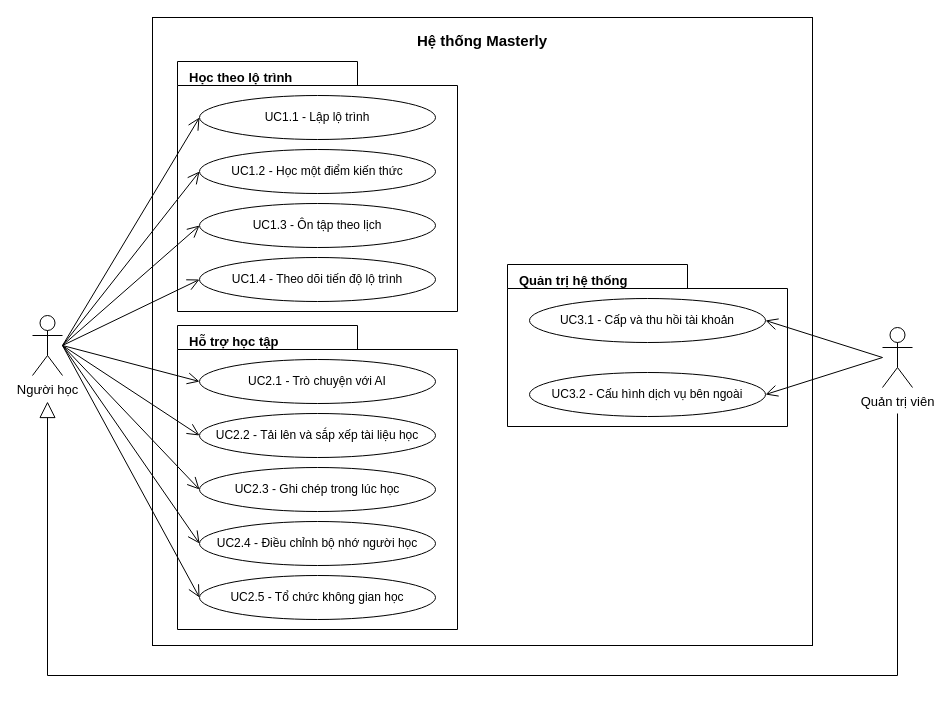
minhhai205/masterly keeps this draw.io diagram as report/images/ca-su-dung-tong-quat.drawio. Above is the earlier version. Source tidied: cells renumbered, new cells numbered last; positions are measured from the earlier drawing's top-left corner, leaving out a move shared by most shapes. Both pictures are drawn from the tidied source at 100%, with x=0, y=0 at pixel (32, 17).
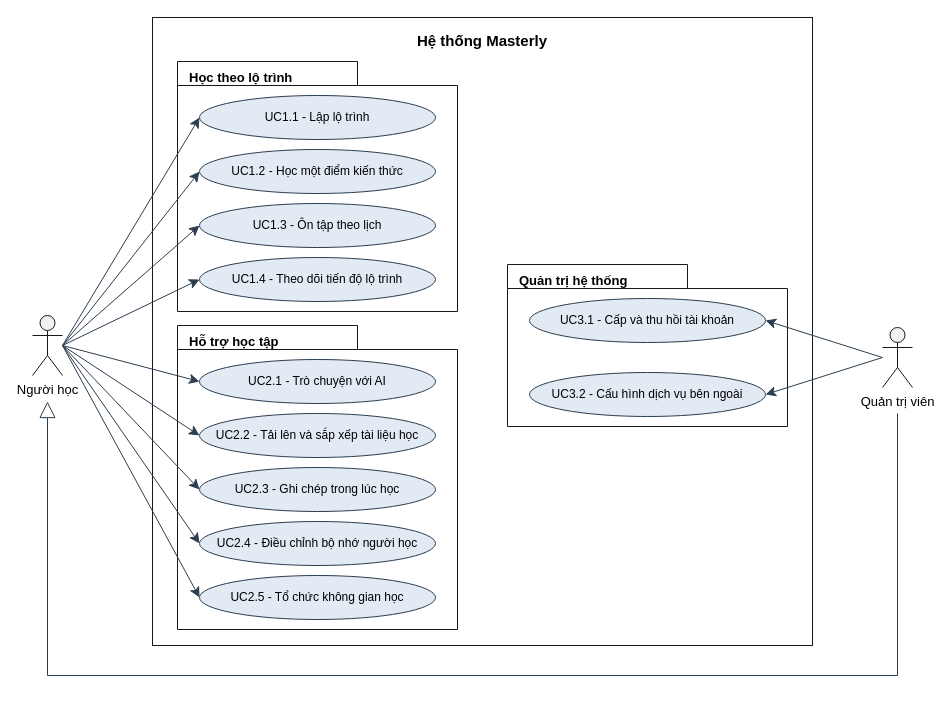
After the change.

Commit message (it also covers changes not shown here):
docs: specify the guided learning use cases

The edit, as a diff of the source:
```diff
@@
-    <mxCell id="2" value="Hệ thống Masterly" style="rounded=0;whiteSpace=wrap;html=1;fillColor=#ffffff;strokeColor=#000000;verticalAlign=top;fontStyle=1;fontSize=15;fontFamily=Helvetica;spacingTop=8;" parent="1" vertex="1">
+    <mxCell id="2" value="Hệ thống Masterly" style="rounded=0;whiteSpace=wrap;html=1;fillColor=#ffffff;strokeColor=#181818;verticalAlign=top;fontStyle=1;fontSize=15;fontFamily=Helvetica;fontColor=#000000;spacingTop=8;" parent="1" vertex="1">
       <mxGeometry x="120" width="660" height="628" as="geometry" />
     </mxCell>
-    <mxCell id="3" value="Học theo lộ trình" style="shape=folder;tabWidth=180;tabHeight=24;tabPosition=left;html=1;whiteSpace=wrap;fillColor=#ffffff;strokeColor=#000000;verticalAlign=top;align=left;spacingLeft=10;spacingTop=2;fontStyle=1;fontSize=13;fontFamily=Helvetica;" parent="1" vertex="1">
+    <mxCell id="3" value="Học theo lộ trình" style="shape=folder;tabWidth=180;tabHeight=24;tabPosition=left;html=1;whiteSpace=wrap;fillColor=#ffffff;strokeColor=#181818;verticalAlign=top;align=left;spacingLeft=10;spacingTop=2;fontStyle=1;fontSize=13;fontFamily=Helvetica;fontColor=#000000;" parent="1" vertex="1">
       <mxGeometry x="145" y="44" width="280" height="250" as="geometry" />
     </mxCell>
-    <mxCell id="4" value="UC1.1 - Lập lộ trình" style="ellipse;whiteSpace=wrap;html=1;fillColor=#ffffff;strokeColor=#000000;fontSize=12;fontFamily=Helvetica;" parent="1" vertex="1">
+    <mxCell id="4" value="UC1.1 - Lập lộ trình" style="ellipse;whiteSpace=wrap;html=1;fillColor=#E2EAF4;strokeColor=#2C3E50;fontSize=12;fontFamily=Helvetica;fontColor=#000000;" parent="1" vertex="1">
       <mxGeometry x="167" y="78" width="236" height="44" as="geometry" />
     </mxCell>
-    <mxCell id="5" value="UC1.2 - Học một điểm kiến thức" style="ellipse;whiteSpace=wrap;html=1;fillColor=#ffffff;strokeColor=#000000;fontSize=12;fontFamily=Helvetica;" parent="1" vertex="1">
+    <mxCell id="5" value="UC1.2 - Học một điểm kiến thức" style="ellipse;whiteSpace=wrap;html=1;fillColor=#E2EAF4;strokeColor=#2C3E50;fontSize=12;fontFamily=Helvetica;fontColor=#000000;" parent="1" vertex="1">
       <mxGeometry x="167" y="132" width="236" height="44" as="geometry" />
     </mxCell>
-    <mxCell id="6" value="UC1.3 - Ôn tập theo lịch" style="ellipse;whiteSpace=wrap;html=1;fillColor=#ffffff;strokeColor=#000000;fontSize=12;fontFamily=Helvetica;" parent="1" vertex="1">
+    <mxCell id="6" value="UC1.3 - Ôn tập theo lịch" style="ellipse;whiteSpace=wrap;html=1;fillColor=#E2EAF4;strokeColor=#2C3E50;fontSize=12;fontFamily=Helvetica;fontColor=#000000;" parent="1" vertex="1">
       <mxGeometry x="167" y="186" width="236" height="44" as="geometry" />
     </mxCell>
-    <mxCell id="7" value="UC1.4 - Theo dõi tiến độ lộ trình" style="ellipse;whiteSpace=wrap;html=1;fillColor=#ffffff;strokeColor=#000000;fontSize=12;fontFamily=Helvetica;" parent="1" vertex="1">
+    <mxCell id="7" value="UC1.4 - Theo dõi tiến độ lộ trình" style="ellipse;whiteSpace=wrap;html=1;fillColor=#E2EAF4;strokeColor=#2C3E50;fontSize=12;fontFamily=Helvetica;fontColor=#000000;" parent="1" vertex="1">
       <mxGeometry x="167" y="240" width="236" height="44" as="geometry" />
     </mxCell>
-    <mxCell id="8" value="Hỗ trợ học tập" style="shape=folder;tabWidth=180;tabHeight=24;tabPosition=left;html=1;whiteSpace=wrap;fillColor=#ffffff;strokeColor=#000000;verticalAlign=top;align=left;spacingLeft=10;spacingTop=2;fontStyle=1;fontSize=13;fontFamily=Helvetica;" parent="1" vertex="1">
+    <mxCell id="8" value="Hỗ trợ học tập" style="shape=folder;tabWidth=180;tabHeight=24;tabPosition=left;html=1;whiteSpace=wrap;fillColor=#ffffff;strokeColor=#181818;verticalAlign=top;align=left;spacingLeft=10;spacingTop=2;fontStyle=1;fontSize=13;fontFamily=Helvetica;fontColor=#000000;" parent="1" vertex="1">
       <mxGeometry x="145" y="308" width="280" height="304" as="geometry" />
     </mxCell>
-    <mxCell id="9" value="UC2.1 - Trò chuyện với AI" style="ellipse;whiteSpace=wrap;html=1;fillColor=#ffffff;strokeColor=#000000;fontSize=12;fontFamily=Helvetica;" parent="1" vertex="1">
+    <mxCell id="9" value="UC2.1 - Trò chuyện với AI" style="ellipse;whiteSpace=wrap;html=1;fillColor=#E2EAF4;strokeColor=#2C3E50;fontSize=12;fontFamily=Helvetica;fontColor=#000000;" parent="1" vertex="1">
       <mxGeometry x="167" y="342" width="236" height="44" as="geometry" />
     </mxCell>
-    <mxCell id="10" value="UC2.2 - Tải lên và sắp xếp tài liệu học" style="ellipse;whiteSpace=wrap;html=1;fillColor=#ffffff;strokeColor=#000000;fontSize=12;fontFamily=Helvetica;" parent="1" vertex="1">
+    <mxCell id="10" value="UC2.2 - Tải lên và sắp xếp tài liệu học" style="ellipse;whiteSpace=wrap;html=1;fillColor=#E2EAF4;strokeColor=#2C3E50;fontSize=12;fontFamily=Helvetica;fontColor=#000000;" parent="1" vertex="1">
       <mxGeometry x="167" y="396" width="236" height="44" as="geometry" />
     </mxCell>
-    <mxCell id="11" value="UC2.3 - Ghi chép trong lúc học" style="ellipse;whiteSpace=wrap;html=1;fillColor=#ffffff;strokeColor=#000000;fontSize=12;fontFamily=Helvetica;" parent="1" vertex="1">
+    <mxCell id="11" value="UC2.3 - Ghi chép trong lúc học" style="ellipse;whiteSpace=wrap;html=1;fillColor=#E2EAF4;strokeColor=#2C3E50;fontSize=12;fontFamily=Helvetica;fontColor=#000000;" parent="1" vertex="1">
       <mxGeometry x="167" y="450" width="236" height="44" as="geometry" />
     </mxCell>
-    <mxCell id="12" value="UC2.4 - Điều chỉnh bộ nhớ người học" style="ellipse;whiteSpace=wrap;html=1;fillColor=#ffffff;strokeColor=#000000;fontSize=12;fontFamily=Helvetica;" parent="1" vertex="1">
+    <mxCell id="12" value="UC2.4 - Điều chỉnh bộ nhớ người học" style="ellipse;whiteSpace=wrap;html=1;fillColor=#E2EAF4;strokeColor=#2C3E50;fontSize=12;fontFamily=Helvetica;fontColor=#000000;" parent="1" vertex="1">
       <mxGeometry x="167" y="504" width="236" height="44" as="geometry" />
     </mxCell>
-    <mxCell id="13" value="UC2.5 - Tổ chức không gian học" style="ellipse;whiteSpace=wrap;html=1;fillColor=#ffffff;strokeColor=#000000;fontSize=12;fontFamily=Helvetica;" parent="1" vertex="1">
+    <mxCell id="13" value="UC2.5 - Tổ chức không gian học" style="ellipse;whiteSpace=wrap;html=1;fillColor=#E2EAF4;strokeColor=#2C3E50;fontSize=12;fontFamily=Helvetica;fontColor=#000000;" parent="1" vertex="1">
       <mxGeometry x="167" y="558" width="236" height="44" as="geometry" />
     </mxCell>
-    <mxCell id="14" value="Quản trị hệ thống" style="shape=folder;tabWidth=180;tabHeight=24;tabPosition=left;html=1;whiteSpace=wrap;fillColor=#ffffff;strokeColor=#000000;verticalAlign=top;align=left;spacingLeft=10;spacingTop=2;fontStyle=1;fontSize=13;fontFamily=Helvetica;" parent="1" vertex="1">
+    <mxCell id="14" value="Quản trị hệ thống" style="shape=folder;tabWidth=180;tabHeight=24;tabPosition=left;html=1;whiteSpace=wrap;fillColor=#ffffff;strokeColor=#181818;verticalAlign=top;align=left;spacingLeft=10;spacingTop=2;fontStyle=1;fontSize=13;fontFamily=Helvetica;fontColor=#000000;" parent="1" vertex="1">
       <mxGeometry x="475" y="247" width="280" height="162" as="geometry" />
     </mxCell>
-    <mxCell id="15" value="UC3.1 - Cấp và thu hồi tài khoản" style="ellipse;whiteSpace=wrap;html=1;fillColor=#ffffff;strokeColor=#000000;fontSize=12;fontFamily=Helvetica;" parent="1" vertex="1">
+    <mxCell id="15" value="UC3.1 - Cấp và thu hồi tài khoản" style="ellipse;whiteSpace=wrap;html=1;fillColor=#E2EAF4;strokeColor=#2C3E50;fontSize=12;fontFamily=Helvetica;fontColor=#000000;" parent="1" vertex="1">
       <mxGeometry x="497" y="281" width="236" height="44" as="geometry" />
     </mxCell>
-    <mxCell id="16" value="UC3.2 - Cấu hình dịch vụ bên ngoài" style="ellipse;whiteSpace=wrap;html=1;fillColor=#ffffff;strokeColor=#000000;fontSize=12;fontFamily=Helvetica;" parent="1" vertex="1">
+    <mxCell id="16" value="UC3.2 - Cấu hình dịch vụ bên ngoài" style="ellipse;whiteSpace=wrap;html=1;fillColor=#E2EAF4;strokeColor=#2C3E50;fontSize=12;fontFamily=Helvetica;fontColor=#000000;" parent="1" vertex="1">
       <mxGeometry x="497" y="355" width="236" height="44" as="geometry" />
     </mxCell>
-    <mxCell id="17" value="Người học" style="shape=umlActor;verticalLabelPosition=bottom;verticalAlign=top;html=1;outlineConnect=0;fillColor=#ffffff;strokeColor=#000000;fontSize=13;fontFamily=Helvetica;" parent="1" vertex="1">
+    <mxCell id="17" value="Người học" style="shape=umlActor;verticalLabelPosition=bottom;verticalAlign=top;html=1;outlineConnect=0;fillColor=#F1F1F1;strokeColor=#181818;fontSize=13;fontFamily=Helvetica;fontColor=#000000;" parent="1" vertex="1">
       <mxGeometry y="298" width="30" height="60" as="geometry" />
     </mxCell>
-    <mxCell id="18" value="Quản trị viên" style="shape=umlActor;verticalLabelPosition=bottom;verticalAlign=top;html=1;outlineConnect=0;fillColor=#ffffff;strokeColor=#000000;fontSize=13;fontFamily=Helvetica;" parent="1" vertex="1">
+    <mxCell id="18" value="Quản trị viên" style="shape=umlActor;verticalLabelPosition=bottom;verticalAlign=top;html=1;outlineConnect=0;fillColor=#F1F1F1;strokeColor=#181818;fontSize=13;fontFamily=Helvetica;fontColor=#000000;" parent="1" vertex="1">
       <mxGeometry x="850" y="310" width="30" height="60" as="geometry" />
     </mxCell>
-    <mxCell id="19" style="endArrow=open;endSize=10;html=1;strokeColor=#000000;rounded=0;exitX=1;exitY=0.5;exitDx=0;exitDy=0;entryX=0;entryY=0.5;entryDx=0;entryDy=0;" parent="1" edge="1" source="17" target="4">
+    <mxCell id="19" style="endArrow=classic;endFill=1;endSize=8;html=1;strokeColor=#2C3E50;rounded=0;exitX=1;exitY=0.5;exitDx=0;exitDy=0;entryX=0;entryY=0.5;entryDx=0;entryDy=0;" parent="1" edge="1" source="17" target="4">
       <mxGeometry relative="1" as="geometry" />
     </mxCell>
-    <mxCell id="20" style="endArrow=open;endSize=10;html=1;strokeColor=#000000;rounded=0;exitX=1;exitY=0.5;exitDx=0;exitDy=0;entryX=0;entryY=0.5;entryDx=0;entryDy=0;" parent="1" edge="1" source="17" target="5">
+    <mxCell id="20" style="endArrow=classic;endFill=1;endSize=8;html=1;strokeColor=#2C3E50;rounded=0;exitX=1;exitY=0.5;exitDx=0;exitDy=0;entryX=0;entryY=0.5;entryDx=0;entryDy=0;" parent="1" edge="1" source="17" target="5">
       <mxGeometry relative="1" as="geometry" />
     </mxCell>
-    <mxCell id="21" style="endArrow=open;endSize=10;html=1;strokeColor=#000000;rounded=0;exitX=1;exitY=0.5;exitDx=0;exitDy=0;entryX=0;entryY=0.5;entryDx=0;entryDy=0;" parent="1" edge="1" source="17" target="6">
+    <mxCell id="21" style="endArrow=classic;endFill=1;endSize=8;html=1;strokeColor=#2C3E50;rounded=0;exitX=1;exitY=0.5;exitDx=0;exitDy=0;entryX=0;entryY=0.5;entryDx=0;entryDy=0;" parent="1" edge="1" source="17" target="6">
       <mxGeometry relative="1" as="geometry" />
     </mxCell>
-    <mxCell id="22" style="endArrow=open;endSize=10;html=1;strokeColor=#000000;rounded=0;exitX=1;exitY=0.5;exitDx=0;exitDy=0;entryX=0;entryY=0.5;entryDx=0;entryDy=0;" parent="1" edge="1" source="17" target="7">
+    <mxCell id="22" style="endArrow=classic;endFill=1;endSize=8;html=1;strokeColor=#2C3E50;rounded=0;exitX=1;exitY=0.5;exitDx=0;exitDy=0;entryX=0;entryY=0.5;entryDx=0;entryDy=0;" parent="1" edge="1" source="17" target="7">
       <mxGeometry relative="1" as="geometry" />
     </mxCell>
-    <mxCell id="23" style="endArrow=open;endSize=10;html=1;strokeColor=#000000;rounded=0;exitX=1;exitY=0.5;exitDx=0;exitDy=0;entryX=0;entryY=0.5;entryDx=0;entryDy=0;" parent="1" edge="1" source="17" target="9">
+    <mxCell id="23" style="endArrow=classic;endFill=1;endSize=8;html=1;strokeColor=#2C3E50;rounded=0;exitX=1;exitY=0.5;exitDx=0;exitDy=0;entryX=0;entryY=0.5;entryDx=0;entryDy=0;" parent="1" edge="1" source="17" target="9">
       <mxGeometry relative="1" as="geometry" />
     </mxCell>
-    <mxCell id="24" style="endArrow=open;endSize=10;html=1;strokeColor=#000000;rounded=0;exitX=1;exitY=0.5;exitDx=0;exitDy=0;entryX=0;entryY=0.5;entryDx=0;entryDy=0;" parent="1" edge="1" source="17" target="10">
+    <mxCell id="24" style="endArrow=classic;endFill=1;endSize=8;html=1;strokeColor=#2C3E50;rounded=0;exitX=1;exitY=0.5;exitDx=0;exitDy=0;entryX=0;entryY=0.5;entryDx=0;entryDy=0;" parent="1" edge="1" source="17" target="10">
       <mxGeometry relative="1" as="geometry" />
     </mxCell>
-    <mxCell id="25" style="endArrow=open;endSize=10;html=1;strokeColor=#000000;rounded=0;exitX=1;exitY=0.5;exitDx=0;exitDy=0;entryX=0;entryY=0.5;entryDx=0;entryDy=0;" parent="1" edge="1" source="17" target="11">
+    <mxCell id="25" style="endArrow=classic;endFill=1;endSize=8;html=1;strokeColor=#2C3E50;rounded=0;exitX=1;exitY=0.5;exitDx=0;exitDy=0;entryX=0;entryY=0.5;entryDx=0;entryDy=0;" parent="1" edge="1" source="17" target="11">
       <mxGeometry relative="1" as="geometry" />
     </mxCell>
-    <mxCell id="26" style="endArrow=open;endSize=10;html=1;strokeColor=#000000;rounded=0;exitX=1;exitY=0.5;exitDx=0;exitDy=0;entryX=0;entryY=0.5;entryDx=0;entryDy=0;" parent="1" edge="1" source="17" target="12">
+    <mxCell id="26" style="endArrow=classic;endFill=1;endSize=8;html=1;strokeColor=#2C3E50;rounded=0;exitX=1;exitY=0.5;exitDx=0;exitDy=0;entryX=0;entryY=0.5;entryDx=0;entryDy=0;" parent="1" edge="1" source="17" target="12">
       <mxGeometry relative="1" as="geometry" />
     </mxCell>
-    <mxCell id="27" style="endArrow=open;endSize=10;html=1;strokeColor=#000000;rounded=0;exitX=1;exitY=0.5;exitDx=0;exitDy=0;entryX=0;entryY=0.5;entryDx=0;entryDy=0;" parent="1" edge="1" source="17" target="13">
+    <mxCell id="27" style="endArrow=classic;endFill=1;endSize=8;html=1;strokeColor=#2C3E50;rounded=0;exitX=1;exitY=0.5;exitDx=0;exitDy=0;entryX=0;entryY=0.5;entryDx=0;entryDy=0;" parent="1" edge="1" source="17" target="13">
       <mxGeometry relative="1" as="geometry" />
     </mxCell>
-    <mxCell id="28" style="endArrow=open;endSize=10;html=1;strokeColor=#000000;rounded=0;exitX=0;exitY=0.5;exitDx=0;exitDy=0;entryX=1;entryY=0.5;entryDx=0;entryDy=0;" parent="1" edge="1" source="18" target="15">
+    <mxCell id="28" style="endArrow=classic;endFill=1;endSize=8;html=1;strokeColor=#2C3E50;rounded=0;exitX=0;exitY=0.5;exitDx=0;exitDy=0;entryX=1;entryY=0.5;entryDx=0;entryDy=0;" parent="1" edge="1" source="18" target="15">
       <mxGeometry relative="1" as="geometry" />
     </mxCell>
-    <mxCell id="29" style="endArrow=open;endSize=10;html=1;strokeColor=#000000;rounded=0;exitX=0;exitY=0.5;exitDx=0;exitDy=0;entryX=1;entryY=0.5;entryDx=0;entryDy=0;" parent="1" edge="1" source="18" target="16">
+    <mxCell id="29" style="endArrow=classic;endFill=1;endSize=8;html=1;strokeColor=#2C3E50;rounded=0;exitX=0;exitY=0.5;exitDx=0;exitDy=0;entryX=1;entryY=0.5;entryDx=0;entryDy=0;" parent="1" edge="1" source="18" target="16">
       <mxGeometry relative="1" as="geometry" />
     </mxCell>
-    <mxCell id="30" style="endArrow=block;endFill=0;endSize=14;html=1;strokeColor=#000000;rounded=0;" parent="1" edge="1">
+    <mxCell id="30" style="endArrow=block;endFill=0;endSize=14;html=1;strokeColor=#2C3E50;rounded=0;" parent="1" edge="1">
       <mxGeometry relative="1" as="geometry">
         <mxPoint x="865" y="396" as="sourcePoint" />
         <mxPoint x="15" y="384" as="targetPoint" />
         <Array as="points">
           <mxPoint x="865" y="658" />
           <mxPoint x="15" y="658" />
         </Array>
       </mxGeometry>
     </mxCell>
```
